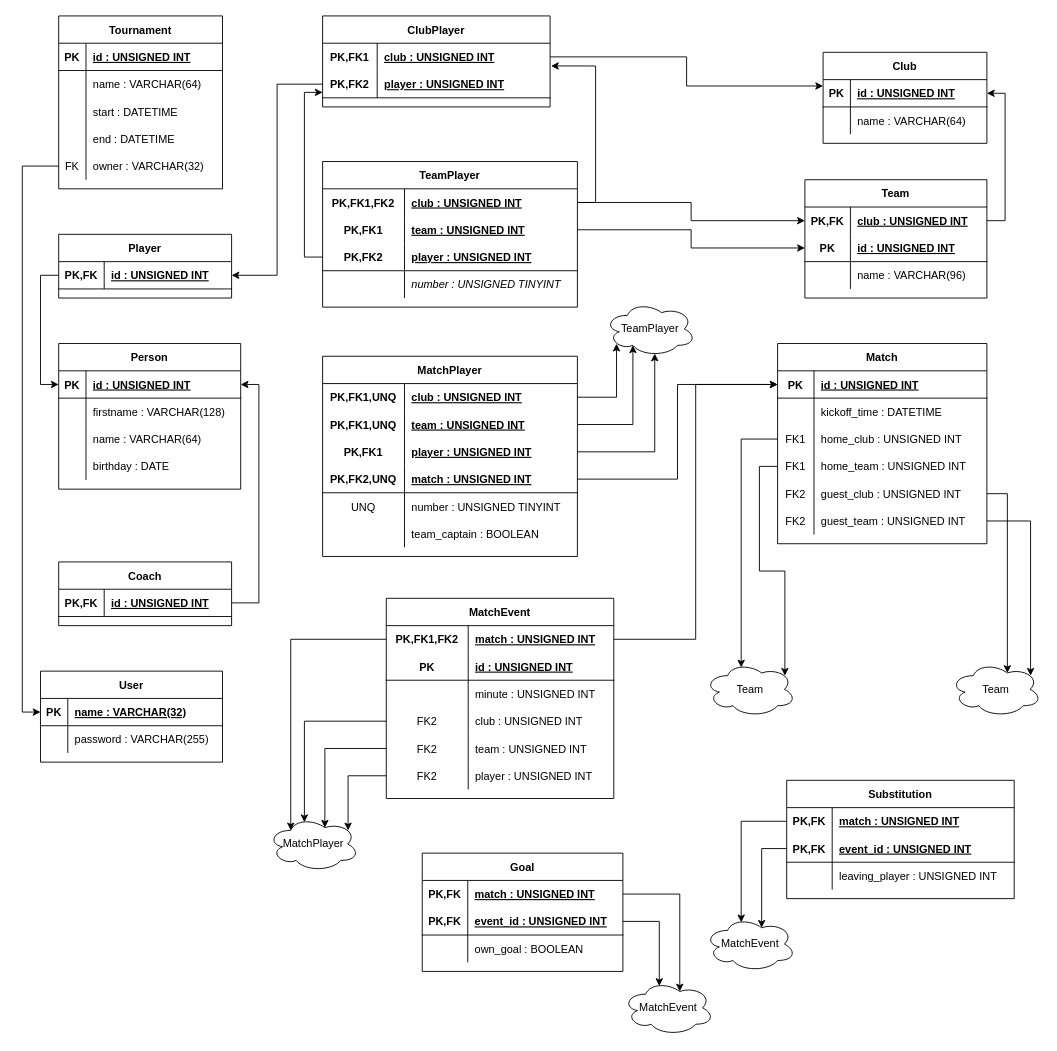
TournamentSystem/TournamentSystem keeps this draw.io diagram as TournamentSystem.drawio. Above is the earlier version. Source tidied: cells renumbered, new cells numbered last; positions are measured from the earlier drawing's top-left corner, leaving out a move shared by most shapes. Both pictures are drawn from the tidied source at 91%, with x=0, y=0 at pixel (40, 15).
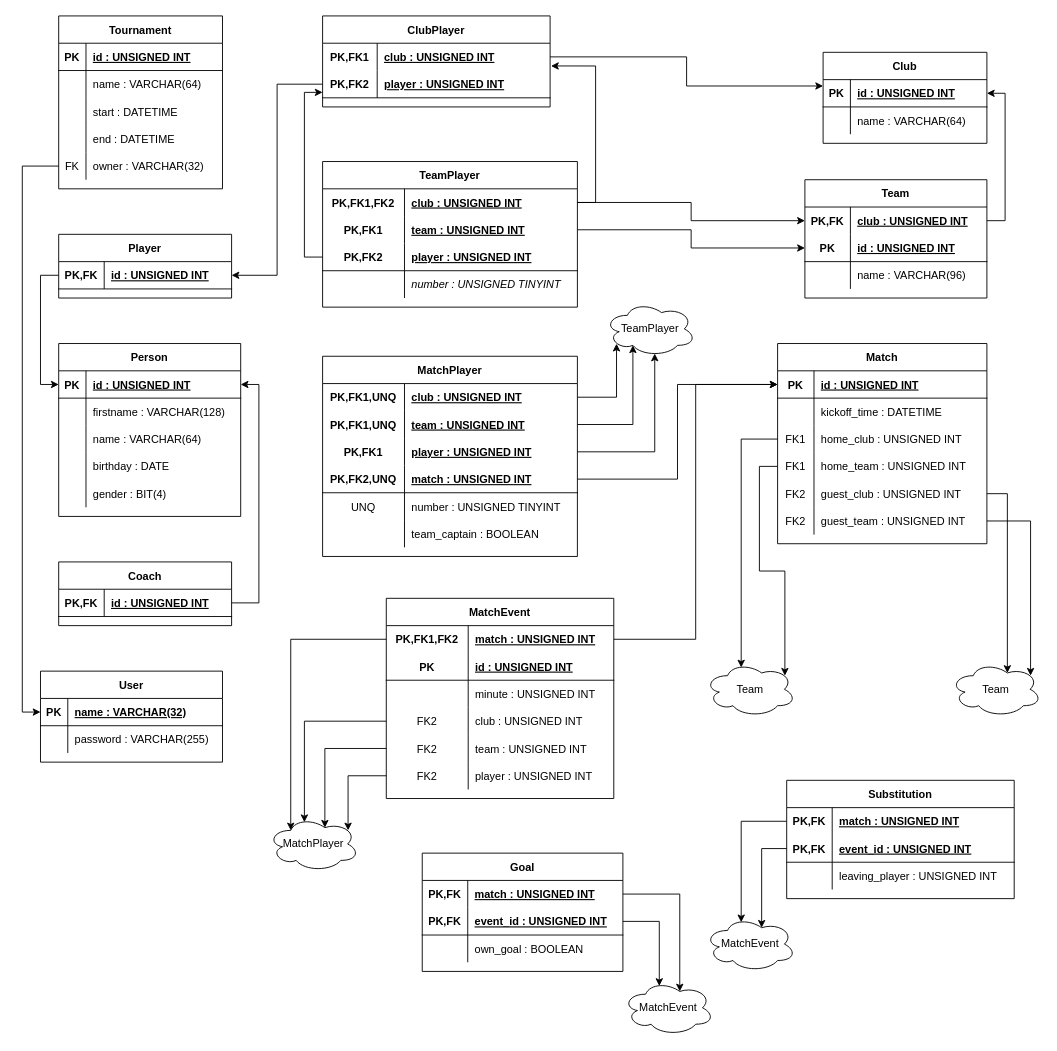
The same page after the edit.

Commit message (it also covers changes not shown here):
Added a gender column/field to model 'Person'

What changed in the source:
```diff
@@
     <mxCell id="18" value="Person" style="shape=table;startSize=30;childLayout=tableLayout;rowLines=0;fontStyle=1;align=center;" parent="1" vertex="1">
-      <mxGeometry x="20" y="360" width="200" height="160" as="geometry" />
+      <mxGeometry x="20" y="360" width="200" height="190" as="geometry" />
     </mxCell>
@@
+    <mxCell id="193" style="shape=partialRectangle;fillColor=none;top=0;left=0;bottom=0;right=0;" parent="18" vertex="1">
+      <mxGeometry y="150" width="200" height="30" as="geometry" />
+    </mxCell>
+    <mxCell id="194" style="shape=partialRectangle;fillColor=none;top=0;left=0;bottom=0;right=0;overflow=hidden;" parent="193" vertex="1">
+      <mxGeometry width="30" height="30" as="geometry" />
+    </mxCell>
+    <mxCell id="195" value="gender : BIT(4)" style="shape=partialRectangle;fillColor=none;top=0;left=0;bottom=0;right=0;align=left;spacingLeft=6;overflow=hidden;" parent="193" vertex="1">
+      <mxGeometry x="30" width="170" height="30" as="geometry" />
+    </mxCell>
```
